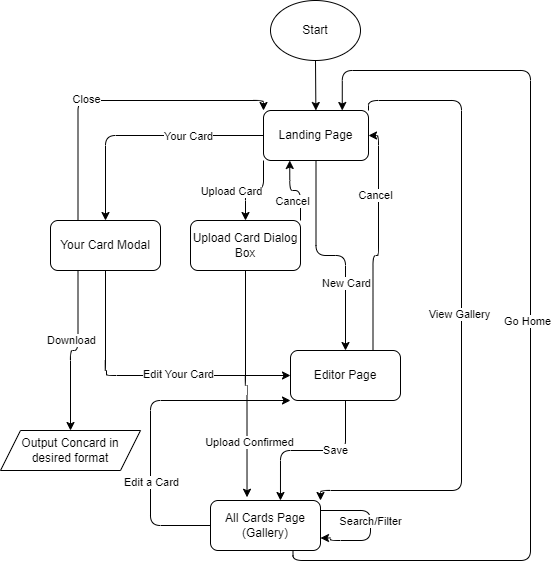
This is specs/flows/user-flow-0.drawio.png from cse110-sp25-group29/cse110-sp25-group29, a draw.io export, as it was before one commit. Source tidied: cells renumbered, new cells last; positions are measured from the earlier drawing's top-left corner, leaving out a move shared by most shapes.
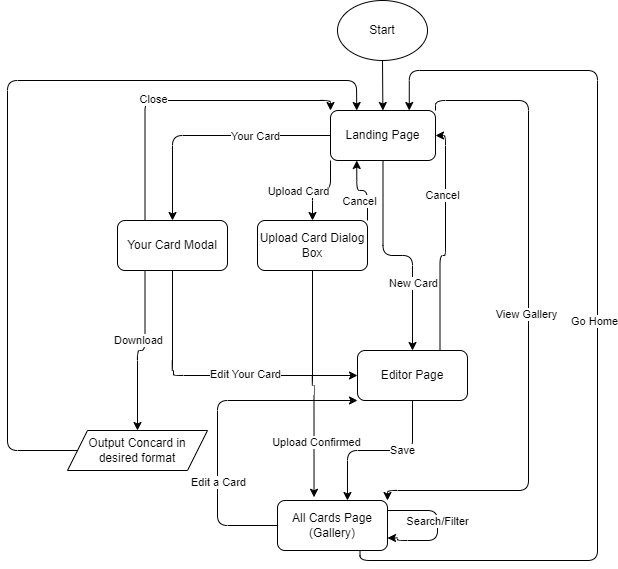
After the commit.

The edit, as a diff of the source:
```diff
@@ -134,6 +134,15 @@
     <mxCell id="32" value="All Cards Page (Gallery)" style="rounded=1;whiteSpace=wrap;html=1;" parent="1" vertex="1">
       <mxGeometry x="210" y="500" width="110" height="50" as="geometry" />
     </mxCell>
+    <mxCell id="38" style="edgeStyle=none;html=1;entryX=0.25;entryY=0;entryDx=0;entryDy=0;" parent="1" edge="1" source="33" target="12">
+      <mxGeometry relative="1" as="geometry">
+        <Array as="points">
+          <mxPoint x="-60" y="450" />
+          <mxPoint x="-60" y="80" />
+          <mxPoint x="289" y="80" />
+        </Array>
+      </mxGeometry>
+    </mxCell>
     <mxCell id="33" value="Output Concard in desired format" style="shape=parallelogram;perimeter=parallelogramPerimeter;whiteSpace=wrap;html=1;fixedSize=1;" parent="1" vertex="1">
       <mxGeometry y="430" width="140" height="40" as="geometry" />
     </mxCell>
```
